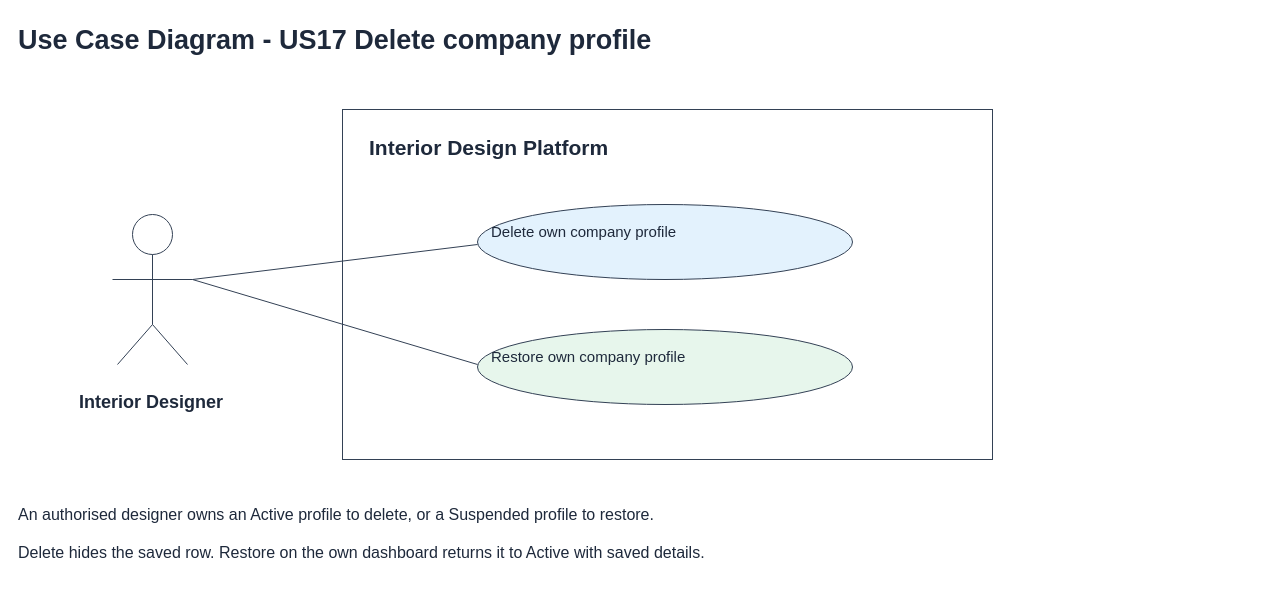
This is page "2 Use Case Diagram" (1 of 10) of Sprint_2/US17 - Delete Company Profile/US17 Delete company profile.drawio from Hanzxc/CSIT314-ARCHSS, a draw.io file, before an edit. Source tidied: cells renumbered, new cells numbered last; positions are measured from the earlier drawing's top-left corner, leaving out a move shared by most shapes. Both pictures are drawn from the tidied source at 100%, with x=0, y=0 at pixel (16, 16).
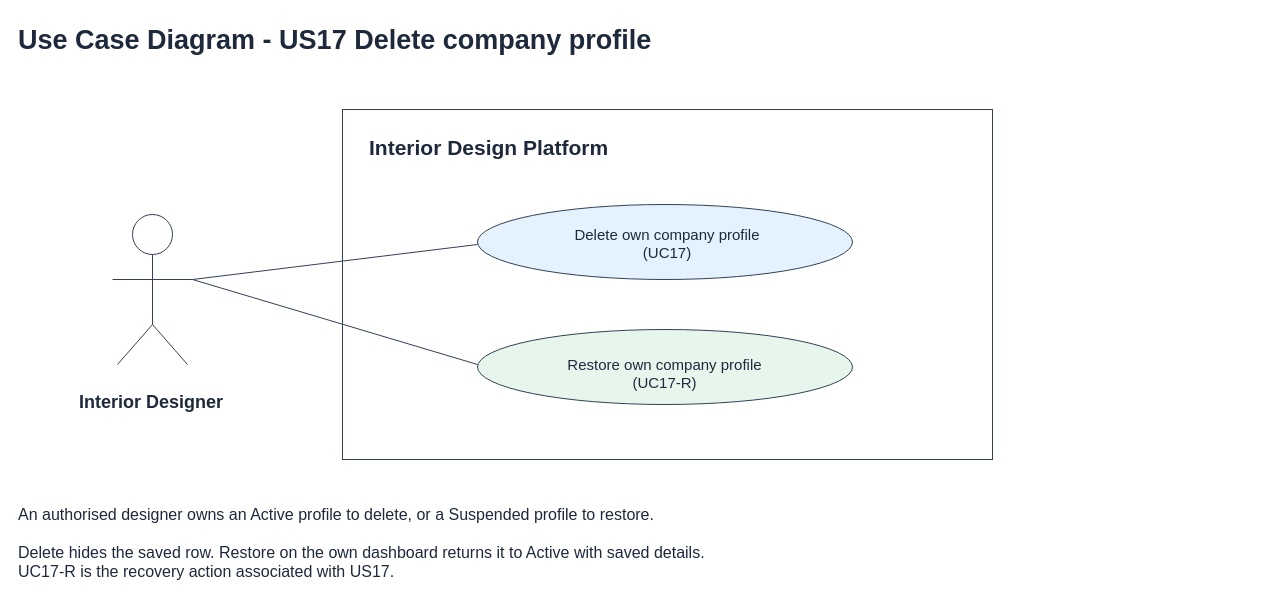
The same page after the edit.

What changed in the source:
```diff
@@
-    <mxCell id="6" value="Delete own company profile" style="text;html=0;align=left;verticalAlign=top;fontSize=15;fontStyle=0;fontColor=#1e293b;" parent="1" vertex="1">
-      <mxGeometry x="473" y="200" width="351" height="22" as="geometry" />
+    <mxCell id="6" value="Delete own company profile&#10;(UC17)" style="text;html=0;align=center;verticalAlign=top;fontSize=15;fontStyle=0;fontColor=#1e293b;" parent="1" vertex="1">
+      <mxGeometry x="475.5" y="203" width="351" height="22" as="geometry" />
     </mxCell>
@@
-    <mxCell id="15" value="Restore own company profile" style="text;html=0;align=left;verticalAlign=top;fontSize=15;fontStyle=0;fontColor=#1e293b;" parent="1" vertex="1">
-      <mxGeometry x="473" y="325" width="351" height="22" as="geometry" />
+    <mxCell id="15" value="Restore own company profile&#10;(UC17-R)" style="text;html=0;align=center;verticalAlign=top;fontSize=15;fontStyle=0;fontColor=#1e293b;" parent="1" vertex="1">
+      <mxGeometry x="473" y="333" width="351" height="22" as="geometry" />
     </mxCell>
@@
-    <mxCell id="18" value="Delete hides the saved row. Restore on the own dashboard returns it to Active with saved details." style="text;html=0;align=left;verticalAlign=top;fontSize=16;fontStyle=0;fontColor=#1e293b;" parent="1" vertex="1">
+    <mxCell id="18" value="Delete hides the saved row. Restore on the own dashboard returns it to Active with saved details.&#10;UC17-R is the recovery action associated with US17." style="text;html=0;align=left;verticalAlign=top;fontSize=16;fontStyle=0;fontColor=#1e293b;" parent="1" vertex="1">
       <mxGeometry y="520" width="900" height="23" as="geometry" />
     </mxCell>
```
